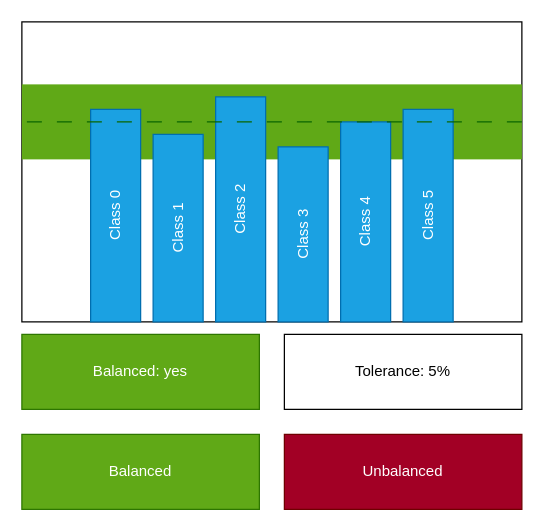
The draw.io diagram ui_mockups/check_data_balancing.drawio in Etto48/PMIProject, before the edit. Source tidied: cells renumbered, new cells numbered last; positions are measured from the earlier drawing's top-left corner, leaving out a move shared by most shapes. Both pictures are drawn from the tidied source at 125%, with x=0, y=0 at pixel (9, 21).
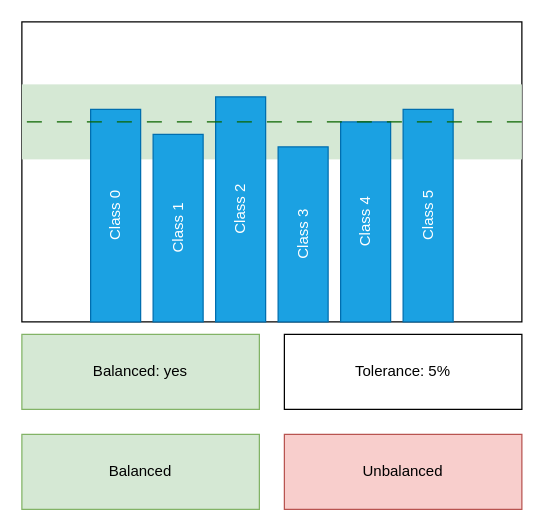
The same diagram, later.

Change to the diagram source:
```diff
@@
 <mxGraphModel>
   <root>
     <mxCell id="0" />
     <mxCell id="1" parent="0" />
     <mxCell id="2" style="rounded=0;whiteSpace=wrap;html=1;" parent="1" vertex="1">
       <mxGeometry x="10" width="400" height="240" as="geometry" />
     </mxCell>
-    <mxCell id="3" style="rounded=0;whiteSpace=wrap;html=1;dashed=1;fillColor=#60a917;fontColor=#ffffff;strokeColor=none;" parent="1" vertex="1">
+    <mxCell id="3" style="rounded=0;whiteSpace=wrap;html=1;dashed=1;fillColor=#d5e8d4;strokeColor=none;" parent="1" vertex="1">
       <mxGeometry x="10" y="50" width="400" height="60" as="geometry" />
     </mxCell>
     <mxCell id="4" value="Class 0" style="rounded=0;whiteSpace=wrap;html=1;fillColor=#1ba1e2;fontColor=#ffffff;strokeColor=#006EAF;direction=south;rotation=-90;" parent="1" vertex="1">
       <mxGeometry y="135" width="170" height="40" as="geometry" />
     </mxCell>
     <mxCell id="5" value="Class 1" style="rounded=0;whiteSpace=wrap;html=1;fillColor=#1ba1e2;fontColor=#ffffff;strokeColor=#006EAF;direction=south;rotation=-90;" parent="1" vertex="1">
       <mxGeometry x="60" y="145" width="150" height="40" as="geometry" />
     </mxCell>
     <mxCell id="6" value="Class 2" style="rounded=0;whiteSpace=wrap;html=1;fillColor=#1ba1e2;fontColor=#ffffff;strokeColor=#006EAF;direction=south;rotation=-90;" parent="1" vertex="1">
       <mxGeometry x="95" y="130" width="180" height="40" as="geometry" />
     </mxCell>
     <mxCell id="7" value="Class 3" style="rounded=0;whiteSpace=wrap;html=1;fillColor=#1ba1e2;fontColor=#ffffff;strokeColor=#006EAF;direction=south;rotation=-90;" parent="1" vertex="1">
       <mxGeometry x="165" y="150" width="140" height="40" as="geometry" />
     </mxCell>
     <mxCell id="8" value="Class 4" style="rounded=0;whiteSpace=wrap;html=1;fillColor=#1ba1e2;fontColor=#ffffff;strokeColor=#006EAF;direction=south;rotation=-90;" parent="1" vertex="1">
       <mxGeometry x="205" y="140" width="160" height="40" as="geometry" />
     </mxCell>
     <mxCell id="9" value="Class 5" style="rounded=0;whiteSpace=wrap;html=1;fillColor=#1ba1e2;fontColor=#ffffff;strokeColor=#006EAF;direction=south;rotation=-90;" parent="1" vertex="1">
       <mxGeometry x="250" y="135" width="170" height="40" as="geometry" />
     </mxCell>
     <mxCell id="10" style="endArrow=none;dashed=1;html=1;rounded=0;dashPattern=12 12;fillColor=#d80073;strokeColor=#0A6600;exitX=1;exitY=0.5;exitDx=0;exitDy=0;entryX=0;entryY=0.5;entryDx=0;entryDy=0;" parent="1" edge="1" source="3" target="3">
       <mxGeometry relative="1" as="geometry" />
     </mxCell>
     <mxCell id="11" value="Tolerance: 5%" style="rounded=0;whiteSpace=wrap;html=1;" parent="1" vertex="1">
       <mxGeometry x="220" y="250" width="190" height="60" as="geometry" />
     </mxCell>
-    <mxCell id="12" value="Balanced" style="rounded=0;whiteSpace=wrap;html=1;fillColor=#60a917;fontColor=#ffffff;strokeColor=#2D7600;" parent="1" vertex="1">
+    <mxCell id="12" value="Balanced" style="rounded=0;whiteSpace=wrap;html=1;fillColor=#d5e8d4;strokeColor=#82b366;" parent="1" vertex="1">
       <mxGeometry x="10" y="330" width="190" height="60" as="geometry" />
     </mxCell>
-    <mxCell id="13" value="Balanced: yes" style="rounded=0;whiteSpace=wrap;html=1;fillColor=#60a917;fontColor=#ffffff;strokeColor=#2D7600;" parent="1" vertex="1">
+    <mxCell id="13" value="Balanced: yes" style="rounded=0;whiteSpace=wrap;html=1;fillColor=#d5e8d4;strokeColor=#82b366;" parent="1" vertex="1">
       <mxGeometry x="10" y="250" width="190" height="60" as="geometry" />
     </mxCell>
-    <mxCell id="14" value="Unbalanced" style="rounded=0;whiteSpace=wrap;html=1;fillColor=#a20025;fontColor=#ffffff;strokeColor=#6F0000;" parent="1" vertex="1">
+    <mxCell id="14" value="Unbalanced" style="rounded=0;whiteSpace=wrap;html=1;fillColor=#f8cecc;strokeColor=#b85450;" parent="1" vertex="1">
       <mxGeometry x="220" y="330" width="190" height="60" as="geometry" />
     </mxCell>
   </root>
 </mxGraphModel>
```
